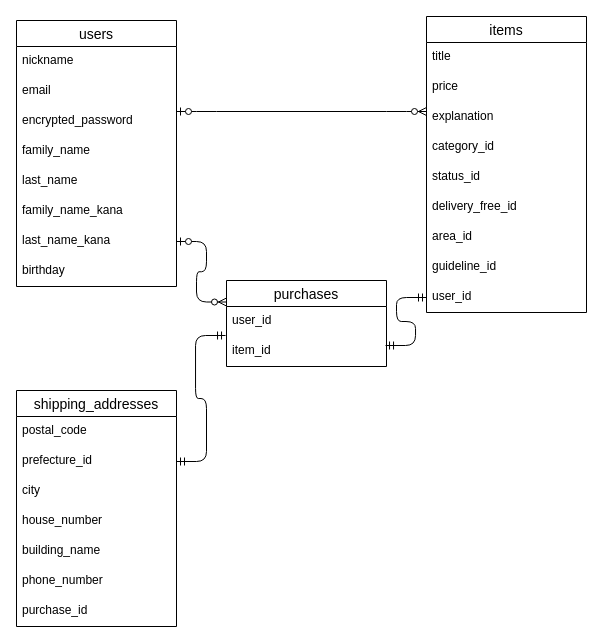
Earlier version of the draw.io diagram furima.dio (yamamoto-makoto2020/furima-31131). Source tidied: cells renumbered, new cells numbered last; positions are measured from the earlier drawing's top-left corner, leaving out a move shared by most shapes. Both pictures are drawn from the tidied source at 100%, with x=0, y=0 at pixel (16, 16).
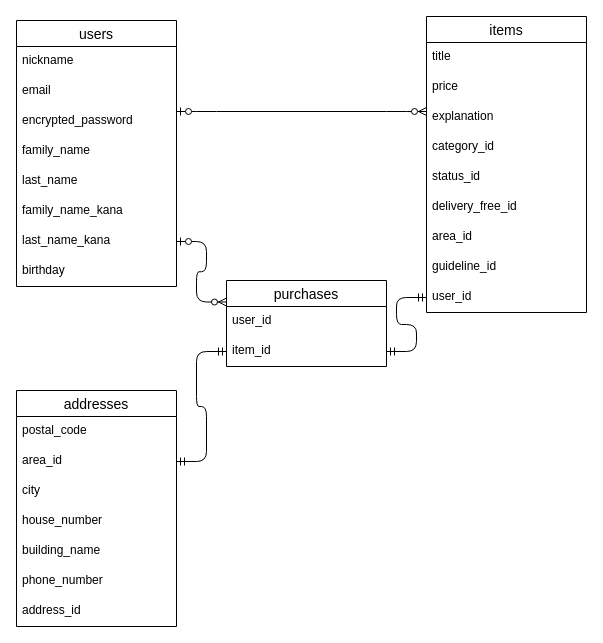
The same diagram, later.

Unchanged cells that the change refers to:
```xml
<mxCell id="11" value="user_id" style="text;strokeColor=none;fillColor=none;spacingLeft=4;spacingRight=4;overflow=hidden;points=[[0,0.5],[1,0.5]];portConstraint=eastwest;fontSize=12;" parent="2" vertex="1">
  <mxGeometry y="266" width="160" height="30" as="geometry" />
</mxCell>
<mxCell id="24" value="purchases" style="swimlane;fontStyle=0;horizontal=1;startSize=26;align=center;fontSize=14;" parent="1" vertex="1">
  <mxGeometry x="210" y="264" width="160" height="86" as="geometry" />
</mxCell>
```

The edit, as a diff of the source:
```diff
@@
-    <mxCell id="14" style="edgeStyle=entityRelationEdgeStyle;fontSize=12;html=1;endArrow=ERmandOne;startArrow=ERmandOne;entryX=0;entryY=0.5;entryDx=0;entryDy=0;exitX=0.994;exitY=0.3;exitDx=0;exitDy=0;exitPerimeter=0;" parent="1" edge="1" source="26" target="11">
+    <mxCell id="14" style="edgeStyle=entityRelationEdgeStyle;fontSize=12;html=1;endArrow=ERmandOne;startArrow=ERmandOne;entryX=0;entryY=0.5;entryDx=0;entryDy=0;exitX=1;exitY=0.5;exitDx=0;exitDy=0;" parent="1" edge="1" source="34" target="11">
       <mxGeometry relative="1" as="geometry" />
     </mxCell>
@@
-    <mxCell id="26" value="item_id" style="text;strokeColor=none;fillColor=none;spacingLeft=4;spacingRight=4;overflow=hidden;points=[[0,0.5],[1,0.5]];portConstraint=eastwest;fontSize=12;" parent="24" vertex="1">
-      <mxGeometry y="56" width="160" height="30" as="geometry" />
-    </mxCell>
+    <mxCell id="34" value="item_id" style="text;strokeColor=none;fillColor=none;spacingLeft=4;spacingRight=4;overflow=hidden;points=[[0,0.5],[1,0.5]];portConstraint=eastwest;fontSize=12;" parent="24" vertex="1">
+      <mxGeometry y="56" width="160" height="30" as="geometry" />
+    </mxCell>
-    <mxCell id="27" value="shipping_addresses" style="swimlane;fontStyle=0;horizontal=1;startSize=26;align=center;fontSize=14;" parent="1" vertex="1">
+    <mxCell id="27" value="addresses" style="swimlane;fontStyle=0;horizontal=1;startSize=26;align=center;fontSize=14;" parent="1" vertex="1">
       <mxGeometry y="374" width="160" height="236" as="geometry" />
     </mxCell>
@@
-    <mxCell id="29" value="prefecture_id" style="text;strokeColor=none;fillColor=none;spacingLeft=4;spacingRight=4;overflow=hidden;points=[[0,0.5],[1,0.5]];portConstraint=eastwest;fontSize=12;" parent="27" vertex="1">
+    <mxCell id="29" value="area_id" style="text;strokeColor=none;fillColor=none;spacingLeft=4;spacingRight=4;overflow=hidden;points=[[0,0.5],[1,0.5]];portConstraint=eastwest;fontSize=12;" parent="27" vertex="1">
       <mxGeometry y="56" width="160" height="30" as="geometry" />
     </mxCell>
@@
-    <mxCell id="34" value="purchase_id" style="text;strokeColor=none;fillColor=none;spacingLeft=4;spacingRight=4;overflow=hidden;points=[[0,0.5],[1,0.5]];portConstraint=eastwest;fontSize=12;" parent="27" vertex="1">
-      <mxGeometry y="206" width="160" height="30" as="geometry" />
-    </mxCell>
+    <mxCell id="26" value="address_id" style="text;strokeColor=none;fillColor=none;spacingLeft=4;spacingRight=4;overflow=hidden;points=[[0,0.5],[1,0.5]];portConstraint=eastwest;fontSize=12;" parent="27" vertex="1">
+      <mxGeometry y="206" width="160" height="30" as="geometry" />
+    </mxCell>
-    <mxCell id="35" style="edgeStyle=entityRelationEdgeStyle;fontSize=12;html=1;endArrow=ERmandOne;startArrow=ERmandOne;entryX=-0.006;entryY=-0.033;entryDx=0;entryDy=0;entryPerimeter=0;exitX=1;exitY=0.5;exitDx=0;exitDy=0;" parent="1" edge="1" source="29" target="26">
+    <mxCell id="35" style="edgeStyle=entityRelationEdgeStyle;fontSize=12;html=1;endArrow=ERmandOne;startArrow=ERmandOne;entryX=0;entryY=0.5;entryDx=0;entryDy=0;exitX=1;exitY=0.5;exitDx=0;exitDy=0;" parent="1" edge="1" source="29" target="34">
       <mxGeometry relative="1" as="geometry" />
     </mxCell>
```
